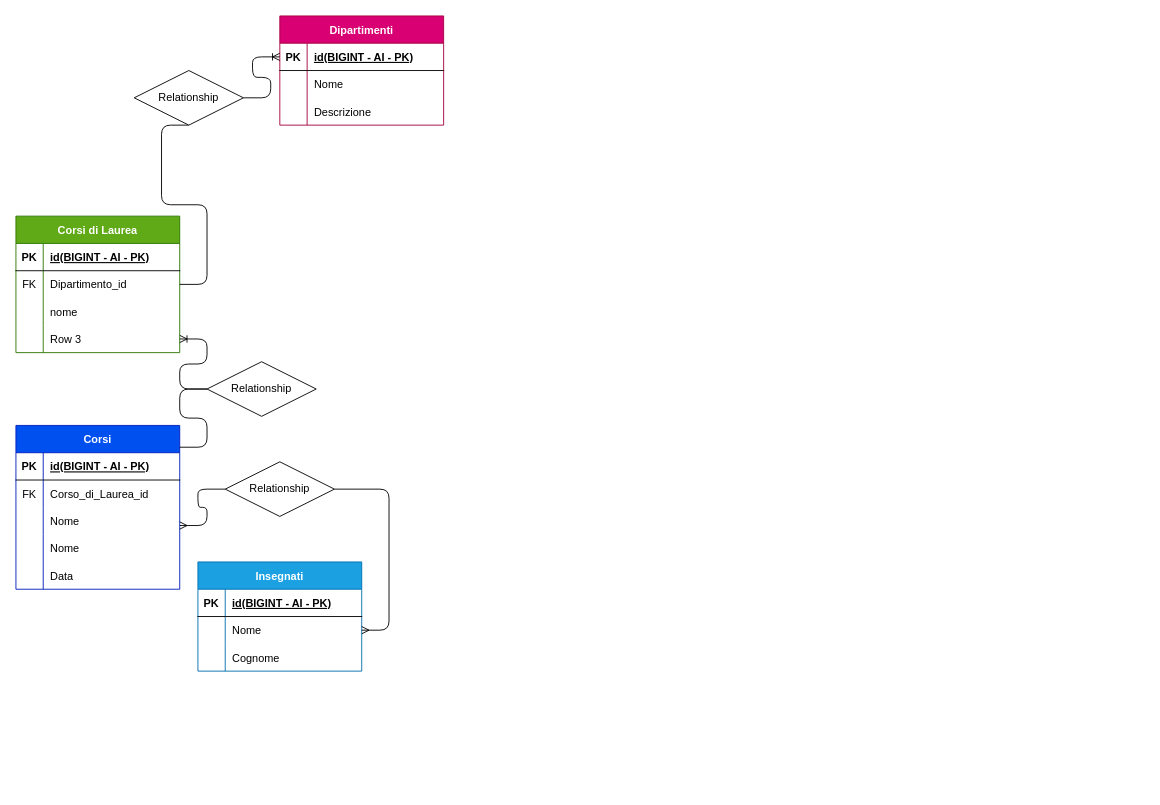
Earlier version of the draw.io diagram universita.drawio (Gabbocnc/db-university). Source tidied: cells renumbered, new cells numbered last; positions are measured from the earlier drawing's top-left corner, leaving out a move shared by most shapes. Both pictures are drawn from the tidied source at 91%, with x=0, y=0 at pixel (15, 15).
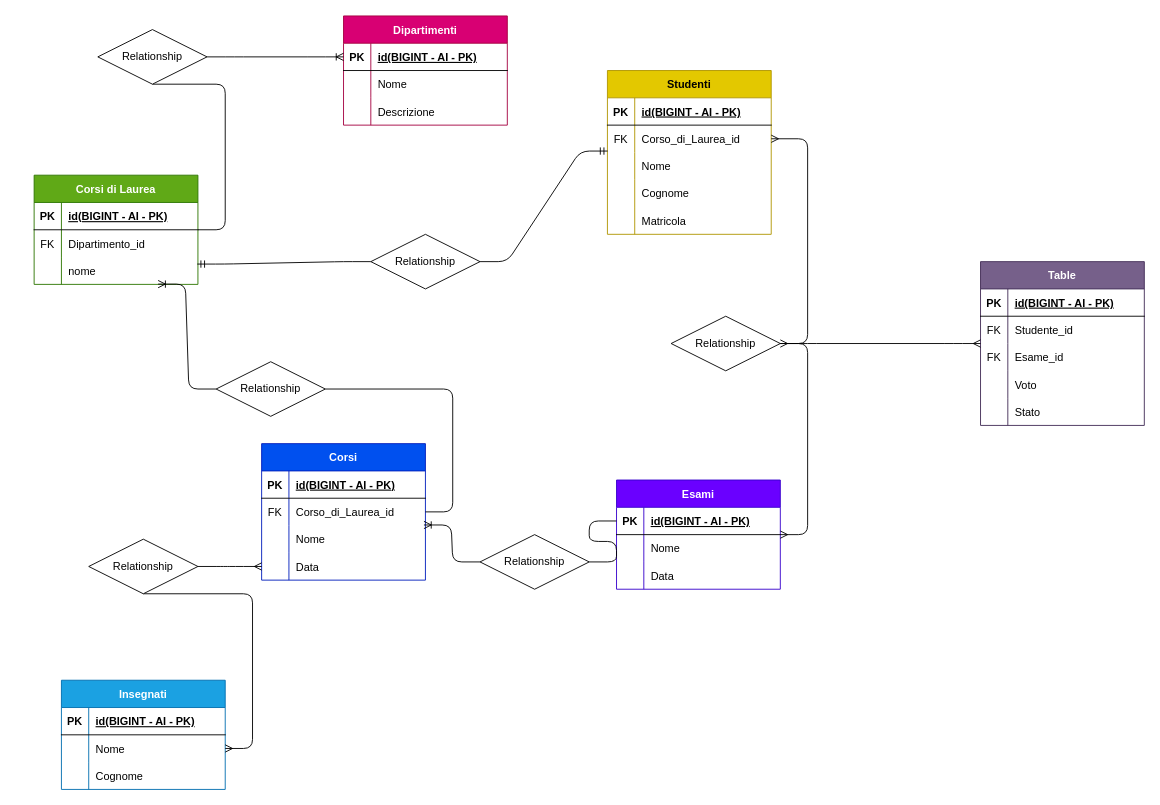
After the change.

Unchanged cells that the change refers to:
```xml
<mxCell id="19" style="shape=tableRow;horizontal=0;startSize=0;swimlaneHead=0;swimlaneBody=0;fillColor=none;points=[[0,0.5],[1,0.5]];portConstraint=eastwest;top=0;left=0;right=0;bottom=0;" parent="12" vertex="1">
  <mxGeometry y="90" width="180" height="30" as="geometry" />
</mxCell>
<mxCell id="32" style="shape=tableRow;horizontal=0;startSize=0;swimlaneHead=0;swimlaneBody=0;fillColor=none;points=[[0,0.5],[1,0.5]];portConstraint=eastwest;top=0;left=0;right=0;bottom=0;" parent="28" vertex="1">
  <mxGeometry y="60" width="180" height="30" as="geometry" />
</mxCell>
<mxCell id="51" style="shape=tableRow;horizontal=0;startSize=0;swimlaneHead=0;swimlaneBody=0;fillColor=none;points=[[0,0.5],[1,0.5]];portConstraint=eastwest;top=0;left=0;right=0;bottom=0;" parent="47" vertex="1">
  <mxGeometry y="60" width="180" height="30" as="geometry" />
</mxCell>
```

Change to the diagram source:
```diff
@@
     <mxCell id="2" value="Dipartimenti" style="shape=table;startSize=30;childLayout=tableLayout;rowLines=0;fontStyle=1;align=center;fillColor=#d80073;fontColor=#ffffff;strokeColor=#A50040;" parent="1" vertex="1">
-      <mxGeometry x="290" width="180" height="120" as="geometry" />
+      <mxGeometry x="360" width="180" height="120" as="geometry" />
     </mxCell>
@@
     <mxCell id="12" value="Corsi di Laurea" style="shape=table;startSize=30;childLayout=tableLayout;rowLines=0;fontStyle=1;align=center;fillColor=#60a917;fontColor=#ffffff;strokeColor=#2D7600;" parent="1" vertex="1">
-      <mxGeometry y="220" width="180" height="150" as="geometry" />
+      <mxGeometry x="20" y="175" width="180" height="120" as="geometry" />
     </mxCell>
@@
-    <mxCell id="22" style="shape=tableRow;horizontal=0;startSize=0;swimlaneHead=0;swimlaneBody=0;fillColor=none;points=[[0,0.5],[1,0.5]];portConstraint=eastwest;top=0;left=0;right=0;bottom=0;" parent="12" vertex="1">
-      <mxGeometry y="120" width="180" height="30" as="geometry" />
-    </mxCell>
-    <mxCell id="23" style="shape=partialRectangle;fillColor=none;top=0;left=0;bottom=0;right=0;overflow=hidden;" parent="22" vertex="1">
-      <mxGeometry width="30" height="30" as="geometry" />
-    </mxCell>
-    <mxCell id="24" value="Row 3" style="shape=partialRectangle;fillColor=none;top=0;left=0;bottom=0;right=0;align=left;spacingLeft=6;overflow=hidden;" parent="22" vertex="1">
-      <mxGeometry x="30" width="150" height="30" as="geometry" />
-    </mxCell>
@@
     <mxCell id="27" value="Relationship" style="shape=rhombus;perimeter=rhombusPerimeter;whiteSpace=wrap;html=1;align=center;" parent="1" vertex="1">
-      <mxGeometry x="130" y="60" width="120" height="60" as="geometry" />
+      <mxGeometry x="90" y="15" width="120" height="60" as="geometry" />
     </mxCell>
     <mxCell id="28" value="Corsi" style="shape=table;startSize=30;childLayout=tableLayout;rowLines=0;fontStyle=1;align=center;fillColor=#0050ef;fontColor=#ffffff;strokeColor=#001DBC;" parent="1" vertex="1">
-      <mxGeometry y="450" width="180" height="180" as="geometry" />
+      <mxGeometry x="270" y="470" width="180" height="150" as="geometry" />
     </mxCell>
@@
-    <mxCell id="38" style="shape=tableRow;horizontal=0;startSize=0;swimlaneHead=0;swimlaneBody=0;fillColor=none;top=0;left=0;right=0;bottom=0;" parent="28" vertex="1">
-      <mxGeometry y="120" width="180" height="30" as="geometry" />
-    </mxCell>
-    <mxCell id="39" style="shape=partialRectangle;fillColor=none;top=0;left=0;bottom=0;right=0;overflow=hidden;" parent="38" vertex="1">
-      <mxGeometry width="30" height="30" as="geometry" />
-    </mxCell>
-    <mxCell id="40" value="Nome" style="shape=partialRectangle;fillColor=none;top=0;left=0;bottom=0;right=0;align=left;spacingLeft=6;overflow=hidden;" parent="38" vertex="1">
-      <mxGeometry x="30" width="150" height="30" as="geometry" />
-    </mxCell>
     <mxCell id="41" style="shape=tableRow;horizontal=0;startSize=0;swimlaneHead=0;swimlaneBody=0;fillColor=none;points=[[0,0.5],[1,0.5]];portConstraint=eastwest;top=0;left=0;right=0;bottom=0;" parent="28" vertex="1">
-      <mxGeometry y="150" width="180" height="30" as="geometry" />
+      <mxGeometry y="120" width="180" height="30" as="geometry" />
     </mxCell>
@@
-    <mxCell id="44" style="edgeStyle=entityRelationEdgeStyle;fontSize=12;html=1;endArrow=ERoneToMany;startArrow=none;" parent="1" edge="1" source="46" target="22">
+    <mxCell id="44" style="edgeStyle=entityRelationEdgeStyle;fontSize=12;html=1;endArrow=ERoneToMany;startArrow=none;entryX=0.757;entryY=0.99;entryDx=0;entryDy=0;entryPerimeter=0;" parent="1" edge="1" source="46" target="19">
       <mxGeometry relative="1" as="geometry" />
     </mxCell>
-    <mxCell id="45" style="edgeStyle=entityRelationEdgeStyle;fontSize=12;html=1;endArrow=none;exitX=1;exitY=0.133;exitDx=0;exitDy=0;exitPerimeter=0;" parent="1" edge="1" source="28" target="46">
+    <mxCell id="45" style="edgeStyle=entityRelationEdgeStyle;fontSize=12;html=1;endArrow=none;" parent="1" edge="1" source="28" target="46">
       <mxGeometry relative="1" as="geometry" />
     </mxCell>
     <mxCell id="46" value="Relationship" style="shape=rhombus;perimeter=rhombusPerimeter;whiteSpace=wrap;html=1;align=center;" parent="1" vertex="1">
-      <mxGeometry x="210" y="380" width="120" height="60" as="geometry" />
+      <mxGeometry x="220" y="380" width="120" height="60" as="geometry" />
     </mxCell>
     <mxCell id="47" value="Insegnati" style="shape=table;startSize=30;childLayout=tableLayout;rowLines=0;fontStyle=1;align=center;fillColor=#1ba1e2;fontColor=#ffffff;strokeColor=#006EAF;" parent="1" vertex="1">
-      <mxGeometry x="200" y="600" width="180" height="120" as="geometry" />
+      <mxGeometry x="50" y="730" width="180" height="120" as="geometry" />
     </mxCell>
@@
-    <mxCell id="57" style="edgeStyle=entityRelationEdgeStyle;fontSize=12;html=1;endArrow=ERmany;startArrow=none;" parent="1" edge="1" source="59" target="51">
+    <mxCell id="57" style="edgeStyle=entityRelationEdgeStyle;fontSize=12;html=1;endArrow=ERmany;startArrow=none;exitX=0.5;exitY=1;exitDx=0;exitDy=0;" parent="1" edge="1" source="59" target="51">
       <mxGeometry relative="1" as="geometry" />
     </mxCell>
-    <mxCell id="58" style="edgeStyle=entityRelationEdgeStyle;fontSize=12;html=1;endArrow=none;startArrow=ERmany;" parent="1" edge="1" target="59">
-      <mxGeometry relative="1" as="geometry">
-        <mxPoint x="180" y="560" as="sourcePoint" />
-      </mxGeometry>
+    <mxCell id="58" style="edgeStyle=entityRelationEdgeStyle;fontSize=12;html=1;endArrow=none;startArrow=ERmany;" parent="1" edge="1" source="41" target="59">
+      <mxGeometry relative="1" as="geometry" />
     </mxCell>
     <mxCell id="59" value="Relationship" style="shape=rhombus;perimeter=rhombusPerimeter;whiteSpace=wrap;html=1;align=center;" parent="1" vertex="1">
-      <mxGeometry x="230" y="490" width="120" height="60" as="geometry" />
+      <mxGeometry x="80" y="575" width="120" height="60" as="geometry" />
     </mxCell>
+    <mxCell id="60" value="Esami" style="shape=table;startSize=30;childLayout=tableLayout;rowLines=0;fontStyle=1;align=center;fillColor=#6a00ff;fontColor=#ffffff;strokeColor=#3700CC;" parent="1" vertex="1">
+      <mxGeometry x="660" y="510" width="180" height="120" as="geometry" />
+    </mxCell>
+    <mxCell id="61" style="shape=tableRow;horizontal=0;startSize=0;swimlaneHead=0;swimlaneBody=0;fillColor=none;points=[[0,0.5],[1,0.5]];portConstraint=eastwest;top=0;left=0;right=0;bottom=1;" parent="60" vertex="1">
+      <mxGeometry y="30" width="180" height="30" as="geometry" />
+    </mxCell>
+    <mxCell id="62" value="PK" style="shape=partialRectangle;fillColor=none;top=0;left=0;bottom=0;right=0;fontStyle=1;overflow=hidden;" parent="61" vertex="1">
+      <mxGeometry width="30" height="30" as="geometry" />
+    </mxCell>
+    <mxCell id="63" value="id(BIGINT - AI - PK)" style="shape=partialRectangle;fillColor=none;top=0;left=0;bottom=0;right=0;align=left;spacingLeft=6;fontStyle=5;overflow=hidden;" parent="61" vertex="1">
+      <mxGeometry x="30" width="150" height="30" as="geometry" />
+    </mxCell>
+    <mxCell id="64" style="shape=tableRow;horizontal=0;startSize=0;swimlaneHead=0;swimlaneBody=0;fillColor=none;top=0;left=0;right=0;bottom=0;" parent="60" vertex="1">
+      <mxGeometry y="60" width="180" height="30" as="geometry" />
+    </mxCell>
+    <mxCell id="65" style="shape=partialRectangle;fillColor=none;top=0;left=0;bottom=0;right=0;overflow=hidden;" parent="64" vertex="1">
+      <mxGeometry width="30" height="30" as="geometry" />
+    </mxCell>
+    <mxCell id="40" value="Nome" style="shape=partialRectangle;fillColor=none;top=0;left=0;bottom=0;right=0;align=left;spacingLeft=6;overflow=hidden;" parent="64" vertex="1">
+      <mxGeometry x="30" width="150" height="30" as="geometry" />
+    </mxCell>
+    <mxCell id="66" style="shape=tableRow;horizontal=0;startSize=0;swimlaneHead=0;swimlaneBody=0;fillColor=none;top=0;left=0;right=0;bottom=0;" parent="60" vertex="1">
+      <mxGeometry y="90" width="180" height="30" as="geometry" />
+    </mxCell>
+    <mxCell id="67" style="shape=partialRectangle;fillColor=none;top=0;left=0;bottom=0;right=0;overflow=hidden;" parent="66" vertex="1">
+      <mxGeometry width="30" height="30" as="geometry" />
+    </mxCell>
+    <mxCell id="68" value="Data" style="shape=partialRectangle;fillColor=none;top=0;left=0;bottom=0;right=0;align=left;spacingLeft=6;overflow=hidden;" parent="66" vertex="1">
+      <mxGeometry x="30" width="150" height="30" as="geometry" />
+    </mxCell>
+    <mxCell id="69" style="edgeStyle=entityRelationEdgeStyle;fontSize=12;html=1;endArrow=ERoneToMany;startArrow=none;entryX=0.991;entryY=0.98;entryDx=0;entryDy=0;entryPerimeter=0;" parent="1" edge="1" source="71" target="32">
+      <mxGeometry relative="1" as="geometry" />
+    </mxCell>
+    <mxCell id="70" style="edgeStyle=entityRelationEdgeStyle;fontSize=12;html=1;endArrow=none;exitX=0;exitY=0.5;exitDx=0;exitDy=0;" parent="1" edge="1" source="61" target="71">
+      <mxGeometry relative="1" as="geometry" />
+    </mxCell>
+    <mxCell id="71" value="Relationship" style="shape=rhombus;perimeter=rhombusPerimeter;whiteSpace=wrap;html=1;align=center;" parent="1" vertex="1">
+      <mxGeometry x="510" y="570" width="120" height="60" as="geometry" />
+    </mxCell>
+    <mxCell id="72" value="Studenti" style="shape=table;startSize=30;childLayout=tableLayout;rowLines=0;fontStyle=1;align=center;fillColor=#e3c800;fontColor=#000000;strokeColor=#B09500;" parent="1" vertex="1">
+      <mxGeometry x="650" y="60" width="180" height="180" as="geometry" />
+    </mxCell>
+    <mxCell id="73" style="shape=tableRow;horizontal=0;startSize=0;swimlaneHead=0;swimlaneBody=0;fillColor=none;top=0;left=0;right=0;bottom=1;" parent="72" vertex="1">
+      <mxGeometry y="30" width="180" height="30" as="geometry" />
+    </mxCell>
+    <mxCell id="74" value="PK" style="shape=partialRectangle;fillColor=none;top=0;left=0;bottom=0;right=0;fontStyle=1;overflow=hidden;" parent="73" vertex="1">
+      <mxGeometry width="30" height="30" as="geometry" />
+    </mxCell>
+    <mxCell id="75" value="id(BIGINT - AI - PK)" style="shape=partialRectangle;fillColor=none;top=0;left=0;bottom=0;right=0;align=left;spacingLeft=6;fontStyle=5;overflow=hidden;" parent="73" vertex="1">
+      <mxGeometry x="30" width="150" height="30" as="geometry" />
+    </mxCell>
+    <mxCell id="76" style="shape=tableRow;horizontal=0;startSize=0;swimlaneHead=0;swimlaneBody=0;fillColor=none;points=[[0,0.5],[1,0.5]];portConstraint=eastwest;top=0;left=0;right=0;bottom=0;" parent="72" vertex="1">
+      <mxGeometry y="60" width="180" height="30" as="geometry" />
+    </mxCell>
+    <mxCell id="77" value="FK" style="shape=partialRectangle;fillColor=none;top=0;left=0;bottom=0;right=0;overflow=hidden;" parent="76" vertex="1">
+      <mxGeometry width="30" height="30" as="geometry" />
+    </mxCell>
+    <mxCell id="78" value="Corso_di_Laurea_id" style="shape=partialRectangle;fillColor=none;top=0;left=0;bottom=0;right=0;align=left;spacingLeft=6;overflow=hidden;" parent="76" vertex="1">
+      <mxGeometry x="30" width="150" height="30" as="geometry" />
+    </mxCell>
+    <mxCell id="79" style="shape=tableRow;horizontal=0;startSize=0;swimlaneHead=0;swimlaneBody=0;fillColor=none;points=[[0,0.5],[1,0.5]];portConstraint=eastwest;top=0;left=0;right=0;bottom=0;" parent="72" vertex="1">
+      <mxGeometry y="90" width="180" height="30" as="geometry" />
+    </mxCell>
+    <mxCell id="80" style="shape=partialRectangle;fillColor=none;top=0;left=0;bottom=0;right=0;overflow=hidden;" parent="79" vertex="1">
+      <mxGeometry width="30" height="30" as="geometry" />
+    </mxCell>
+    <mxCell id="81" value="Nome    " style="shape=partialRectangle;fillColor=none;top=0;left=0;bottom=0;right=0;align=left;spacingLeft=6;overflow=hidden;" parent="79" vertex="1">
+      <mxGeometry x="30" width="150" height="30" as="geometry" />
+    </mxCell>
+    <mxCell id="82" style="shape=tableRow;horizontal=0;startSize=0;swimlaneHead=0;swimlaneBody=0;fillColor=none;top=0;left=0;right=0;bottom=0;" parent="72" vertex="1">
+      <mxGeometry y="120" width="180" height="30" as="geometry" />
+    </mxCell>
+    <mxCell id="83" style="shape=partialRectangle;fillColor=none;top=0;left=0;bottom=0;right=0;overflow=hidden;" parent="82" vertex="1">
+      <mxGeometry width="30" height="30" as="geometry" />
+    </mxCell>
+    <mxCell id="84" value="Cognome" style="shape=partialRectangle;fillColor=none;top=0;left=0;bottom=0;right=0;align=left;spacingLeft=6;overflow=hidden;" parent="82" vertex="1">
+      <mxGeometry x="30" width="150" height="30" as="geometry" />
+    </mxCell>
+    <mxCell id="85" style="shape=tableRow;horizontal=0;startSize=0;swimlaneHead=0;swimlaneBody=0;fillColor=none;top=0;left=0;right=0;bottom=0;" parent="72" vertex="1">
+      <mxGeometry y="150" width="180" height="30" as="geometry" />
+    </mxCell>
+    <mxCell id="86" style="shape=partialRectangle;fillColor=none;top=0;left=0;bottom=0;right=0;overflow=hidden;" parent="85" vertex="1">
+      <mxGeometry width="30" height="30" as="geometry" />
+    </mxCell>
+    <mxCell id="87" value="Matricola" style="shape=partialRectangle;fillColor=none;top=0;left=0;bottom=0;right=0;align=left;spacingLeft=6;overflow=hidden;" parent="85" vertex="1">
+      <mxGeometry x="30" width="150" height="30" as="geometry" />
+    </mxCell>
+    <mxCell id="88" style="edgeStyle=entityRelationEdgeStyle;fontSize=12;html=1;endArrow=ERmandOne;startArrow=none;entryX=0.001;entryY=-0.05;entryDx=0;entryDy=0;entryPerimeter=0;exitX=1;exitY=0.5;exitDx=0;exitDy=0;" parent="1" edge="1" source="90" target="79">
+      <mxGeometry relative="1" as="geometry" />
+    </mxCell>
+    <mxCell id="89" style="edgeStyle=entityRelationEdgeStyle;fontSize=12;html=1;endArrow=none;startArrow=ERmandOne;exitX=0.996;exitY=0.256;exitDx=0;exitDy=0;exitPerimeter=0;" parent="1" edge="1" source="19" target="90">
+      <mxGeometry relative="1" as="geometry" />
+    </mxCell>
+    <mxCell id="90" value="Relationship" style="shape=rhombus;perimeter=rhombusPerimeter;whiteSpace=wrap;html=1;align=center;" parent="1" vertex="1">
+      <mxGeometry x="390" y="240" width="120" height="60" as="geometry" />
+    </mxCell>
+    <mxCell id="91" value="Table" style="shape=table;startSize=30;childLayout=tableLayout;rowLines=0;fontStyle=1;align=center;fillColor=#76608a;strokeColor=#432D57;fontColor=#ffffff;" parent="1" vertex="1">
+      <mxGeometry x="1060" y="270" width="180" height="180" as="geometry" />
+    </mxCell>
+    <mxCell id="92" style="shape=tableRow;horizontal=0;startSize=0;swimlaneHead=0;swimlaneBody=0;fillColor=none;top=0;left=0;right=0;bottom=1;" parent="91" vertex="1">
+      <mxGeometry y="30" width="180" height="30" as="geometry" />
+    </mxCell>
+    <mxCell id="93" value="PK" style="shape=partialRectangle;fillColor=none;top=0;left=0;bottom=0;right=0;fontStyle=1;overflow=hidden;" parent="92" vertex="1">
+      <mxGeometry width="30" height="30" as="geometry" />
+    </mxCell>
+    <mxCell id="94" value="id(BIGINT - AI - PK)" style="shape=partialRectangle;fillColor=none;top=0;left=0;bottom=0;right=0;align=left;spacingLeft=6;fontStyle=5;overflow=hidden;" parent="92" vertex="1">
+      <mxGeometry x="30" width="150" height="30" as="geometry" />
+    </mxCell>
+    <mxCell id="95" style="shape=tableRow;horizontal=0;startSize=0;swimlaneHead=0;swimlaneBody=0;fillColor=none;top=0;left=0;right=0;bottom=0;" parent="91" vertex="1">
+      <mxGeometry y="60" width="180" height="30" as="geometry" />
+    </mxCell>
+    <mxCell id="96" value="FK" style="shape=partialRectangle;fillColor=none;top=0;left=0;bottom=0;right=0;overflow=hidden;" parent="95" vertex="1">
+      <mxGeometry width="30" height="30" as="geometry" />
+    </mxCell>
+    <mxCell id="97" value="Studente_id" style="shape=partialRectangle;fillColor=none;top=0;left=0;bottom=0;right=0;align=left;spacingLeft=6;overflow=hidden;" parent="95" vertex="1">
+      <mxGeometry x="30" width="150" height="30" as="geometry" />
+    </mxCell>
+    <mxCell id="98" style="shape=tableRow;horizontal=0;startSize=0;swimlaneHead=0;swimlaneBody=0;fillColor=none;top=0;left=0;right=0;bottom=0;" parent="91" vertex="1">
+      <mxGeometry y="90" width="180" height="30" as="geometry" />
+    </mxCell>
+    <mxCell id="99" value="FK" style="shape=partialRectangle;fillColor=none;top=0;left=0;bottom=0;right=0;overflow=hidden;" parent="98" vertex="1">
+      <mxGeometry width="30" height="30" as="geometry" />
+    </mxCell>
+    <mxCell id="100" value="Esame_id" style="shape=partialRectangle;fillColor=none;top=0;left=0;bottom=0;right=0;align=left;spacingLeft=6;overflow=hidden;" parent="98" vertex="1">
+      <mxGeometry x="30" width="150" height="30" as="geometry" />
+    </mxCell>
+    <mxCell id="101" style="shape=tableRow;horizontal=0;startSize=0;swimlaneHead=0;swimlaneBody=0;fillColor=none;top=0;left=0;right=0;bottom=0;" parent="91" vertex="1">
+      <mxGeometry y="120" width="180" height="30" as="geometry" />
+    </mxCell>
+    <mxCell id="102" style="shape=partialRectangle;fillColor=none;top=0;left=0;bottom=0;right=0;overflow=hidden;" parent="101" vertex="1">
+      <mxGeometry width="30" height="30" as="geometry" />
+    </mxCell>
+    <mxCell id="103" value="Voto" style="shape=partialRectangle;fillColor=none;top=0;left=0;bottom=0;right=0;align=left;spacingLeft=6;overflow=hidden;" parent="101" vertex="1">
+      <mxGeometry x="30" width="150" height="30" as="geometry" />
+    </mxCell>
+    <mxCell id="104" style="shape=tableRow;horizontal=0;startSize=0;swimlaneHead=0;swimlaneBody=0;fillColor=none;top=0;left=0;right=0;bottom=0;" parent="91" vertex="1">
+      <mxGeometry y="150" width="180" height="30" as="geometry" />
+    </mxCell>
+    <mxCell id="105" style="shape=partialRectangle;fillColor=none;top=0;left=0;bottom=0;right=0;overflow=hidden;" parent="104" vertex="1">
+      <mxGeometry width="30" height="30" as="geometry" />
+    </mxCell>
+    <mxCell id="106" value="Stato" style="shape=partialRectangle;fillColor=none;top=0;left=0;bottom=0;right=0;align=left;spacingLeft=6;overflow=hidden;" parent="104" vertex="1">
+      <mxGeometry x="30" width="150" height="30" as="geometry" />
+    </mxCell>
+    <mxCell id="107" style="edgeStyle=entityRelationEdgeStyle;fontSize=12;html=1;endArrow=ERmany;startArrow=none;entryX=1;entryY=0.5;entryDx=0;entryDy=0;" parent="1" edge="1" source="109" target="76">
+      <mxGeometry relative="1" as="geometry" />
+    </mxCell>
+    <mxCell id="108" style="edgeStyle=entityRelationEdgeStyle;fontSize=12;html=1;endArrow=none;startArrow=ERmany;" parent="1" edge="1" source="60" target="109">
+      <mxGeometry relative="1" as="geometry" />
+    </mxCell>
+    <mxCell id="109" value="Relationship" style="shape=rhombus;perimeter=rhombusPerimeter;whiteSpace=wrap;html=1;align=center;" parent="1" vertex="1">
+      <mxGeometry x="720" y="330" width="120" height="60" as="geometry" />
+    </mxCell>
+    <mxCell id="110" style="edgeStyle=entityRelationEdgeStyle;fontSize=12;html=1;endArrow=ERmany;startArrow=ERmany;exitX=1;exitY=0.5;exitDx=0;exitDy=0;" parent="1" edge="1" source="109" target="91">
+      <mxGeometry relative="1" as="geometry" />
+    </mxCell>
```
